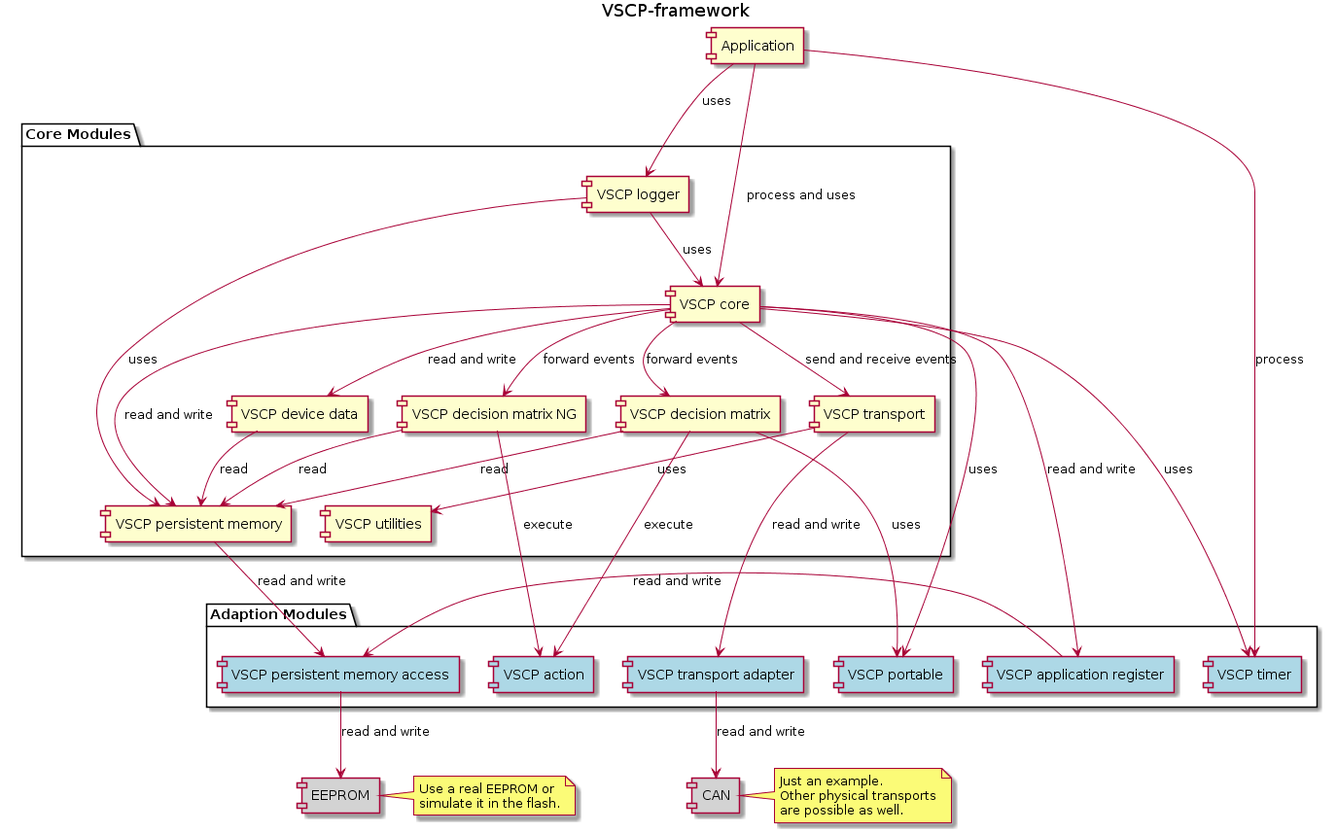
BlueAndi/vscp-framework keeps this PlantUML diagram as vscp/doc/doxfiles/vscp_modules.png. Above is the earlier version.
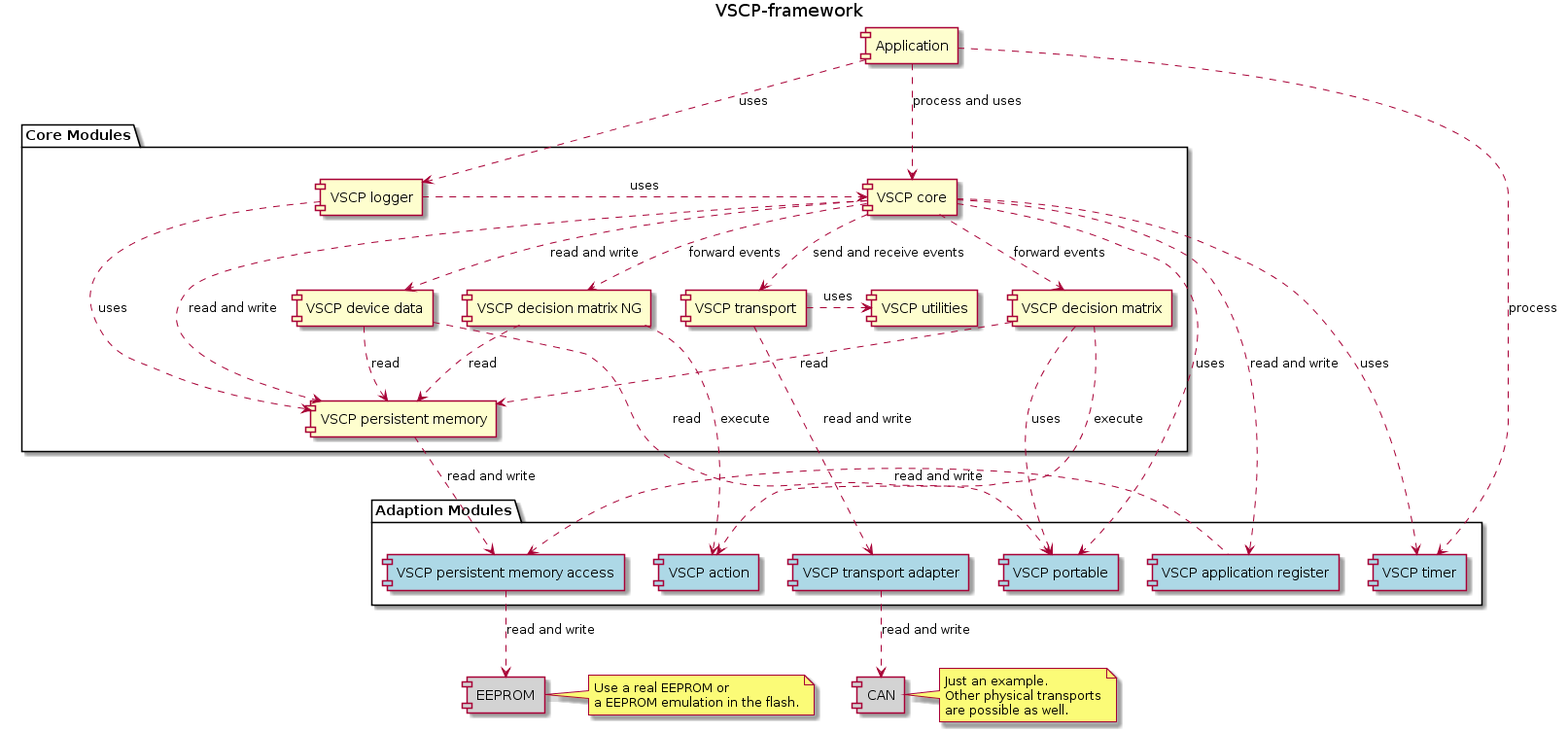
The same diagram one commit later.

Change to the diagram source:
```diff
@@ -26,45 +26,46 @@
 
 component "Application" as app
 
-app --> logger: uses
-app --> core: process and uses
-app --> timer: process
+app ..> logger: uses
+app ..> core: process and uses
+app ..> timer: process
 
-logger --> core: uses
-logger --> ps: uses
+logger .> core: uses
+logger ..> ps: uses
 
-core --> timer: uses
-core --> application_register: read and write
-core --> portable: uses
-core --> device_data: read and write
-core --> dm: forward events
-core --> dm_ng: forward events
-core --> transport: send and receive events
-core --> ps: read and write
+core ..> timer: uses
+core ..> application_register: read and write
+core ..> portable: uses
+core ..> device_data: read and write
+core ..> dm: forward events
+core ..> dm_ng: forward events
+core ..> transport: send and receive events
+core ..> ps: read and write
 
-dm --> action: execute
-dm --> portable: uses
-dm --> ps: read
+dm ..> action: execute
+dm ..> portable: uses
+dm ..> ps: read
 
-dm_ng --> ps: read
-dm_ng --> action: execute
+dm_ng ..> ps: read
+dm_ng ..> action: execute
 
-ps --> ps_access: read and write
+ps ..> ps_access: read and write
 
-transport --> utilities: uses
-transport --> transport_adapter: read and write
+transport .> utilities: uses
+transport ..> transport_adapter: read and write
 
-device_data --> ps: read
+device_data ..> ps: read
+device_data ..> portable: read
 
-transport_adapter --> can: read and write
+transport_adapter ..> can: read and write
 
-ps_access --> eeprom: read and write
+ps_access ..> eeprom: read and write
 
-application_register -left-> ps_access: read and write
+application_register .left.> ps_access: read and write
 
 note right of eeprom
     Use a real EEPROM or
-    simulate it in the flash.
+    a EEPROM emulation in the flash.
 end note
 
 note right of can
```
